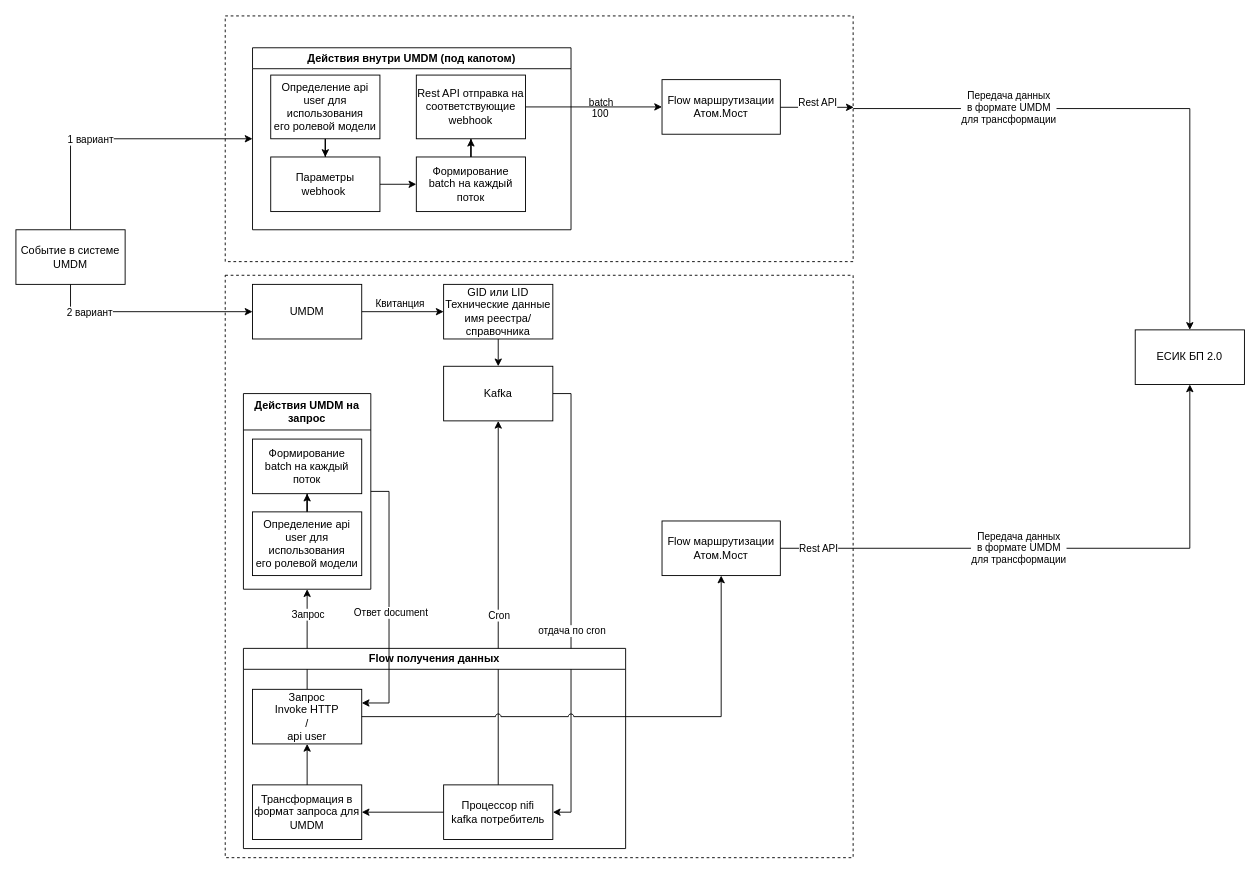
Above: Варианты отправки.drawio in Grin5/drawIo (draw.io), before the change. Source tidied: cells renumbered, new cells numbered last; positions are measured from the earlier drawing's top-left corner, leaving out a move shared by most shapes. Both pictures are drawn from the tidied source at 91%, with x=0, y=0 at pixel (15, 15).
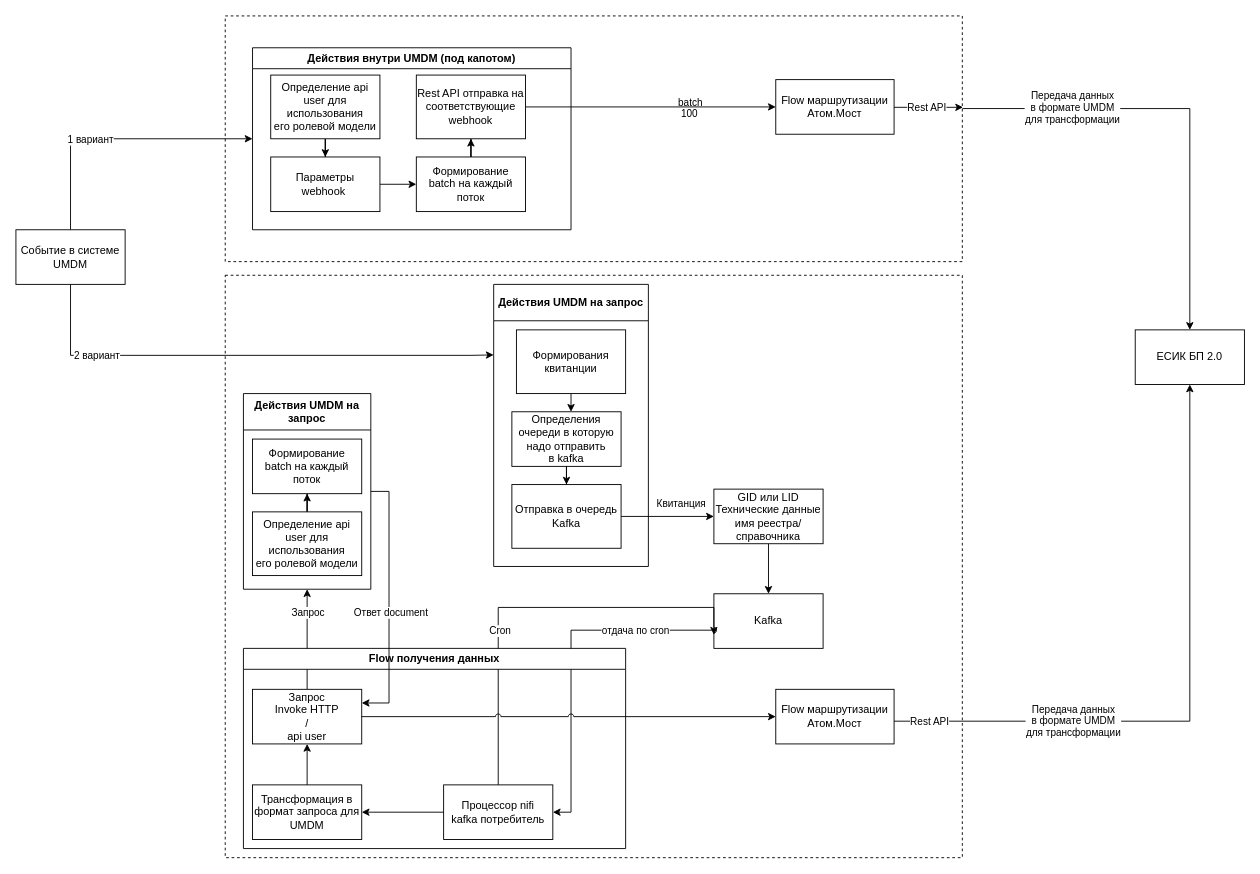
After the change.

Unchanged cells that the change refers to:
```xml
<mxCell id="7" value="Событие в системе UMDM" style="rounded=0;whiteSpace=wrap;html=1;" parent="1" vertex="1">
  <mxGeometry y="235" width="120" height="60" as="geometry" />
</mxCell>
<mxCell id="20" style="edgeStyle=orthogonalEdgeStyle;rounded=0;jettySize=auto;html=1;startArrow=none;startFill=0;entryX=0.5;entryY=1;entryDx=0;entryDy=0;exitX=0.5;exitY=0;exitDx=0;exitDy=0;" parent="1" edge="1" source="43" target="41">
  <mxGeometry relative="1" as="geometry" />
</mxCell>
<mxCell id="22" value="ЕСИК БП 2.0" style="rounded=0;whiteSpace=wrap;html=1;" parent="1" vertex="1">
  <mxGeometry x="1230" y="345" width="120" height="60" as="geometry" />
</mxCell>
<mxCell id="43" value="Запрос&lt;br&gt;Invoke HTTP&lt;br&gt;/&lt;br&gt;api user" style="rounded=0;whiteSpace=wrap;html=1;" parent="42" vertex="1">
  <mxGeometry x="10" y="45" width="120" height="60" as="geometry" />
</mxCell>
<mxCell id="44" value="Процессор nifi&lt;br&gt;kafka потребитель" style="rounded=0;whiteSpace=wrap;html=1;" parent="42" vertex="1">
  <mxGeometry x="220" y="150" width="120" height="60" as="geometry" />
</mxCell>
```

Change to the diagram source:
```diff
@@
     <mxCell id="2" style="rounded=0;whiteSpace=wrap;html=1;dashed=1;" parent="1" vertex="1">
-      <mxGeometry x="230" y="285" width="690" height="640" as="geometry" />
+      <mxGeometry x="230" y="285" width="810" height="640" as="geometry" />
     </mxCell>
@@
     <mxCell id="4" style="rounded=0;whiteSpace=wrap;html=1;dashed=1;" parent="1" vertex="1">
-      <mxGeometry x="230" width="690" height="270" as="geometry" />
+      <mxGeometry x="230" width="810" height="270" as="geometry" />
     </mxCell>
@@
     <mxCell id="8" value="Flow маршрутизации&lt;br&gt;Атом.Мост" style="rounded=0;whiteSpace=wrap;html=1;" parent="1" vertex="1">
-      <mxGeometry x="710" y="70" width="130" height="60" as="geometry" />
+      <mxGeometry x="835" y="70" width="130" height="60" as="geometry" />
     </mxCell>
-    <mxCell id="9" style="edgeStyle=orthogonalEdgeStyle;rounded=0;jettySize=auto;html=1;" parent="1" edge="1" source="11" target="15">
-      <mxGeometry relative="1" as="geometry" />
+    <mxCell id="9" style="edgeStyle=orthogonalEdgeStyle;rounded=0;jettySize=auto;html=1;exitX=1;exitY=0.5;exitDx=0;exitDy=0;" parent="1" edge="1" source="56" target="15">
+      <mxGeometry relative="1" as="geometry">
+        <Array as="points">
+          <mxPoint x="710" y="550" />
+          <mxPoint x="710" y="550" />
+        </Array>
+      </mxGeometry>
     </mxCell>
     <mxCell id="10" value="Квитанция" style="edgeLabel;html=1;align=center;verticalAlign=middle;" parent="9" vertex="1">
-      <mxGeometry x="-0.1" y="2" relative="1" as="geometry">
-        <mxPoint y="-8" as="offset" />
+      <mxGeometry x="-0.13" y="-2" relative="1" as="geometry">
+        <mxPoint x="21" y="-17" as="offset" />
       </mxGeometry>
     </mxCell>
-    <mxCell id="11" value="UMDM" style="rounded=0;whiteSpace=wrap;html=1;" parent="1" vertex="1">
-      <mxGeometry x="260" y="295" width="120" height="60" as="geometry" />
-    </mxCell>
-    <mxCell id="12" style="edgeStyle=orthogonalEdgeStyle;rounded=0;jettySize=auto;html=1;" parent="1" edge="1" source="7" target="11">
+    <mxCell id="12" style="edgeStyle=orthogonalEdgeStyle;rounded=0;jettySize=auto;html=1;entryX=0;entryY=0.25;entryDx=0;entryDy=0;" parent="1" edge="1" source="7" target="55">
       <mxGeometry relative="1" as="geometry">
         <Array as="points">
-          <mxPoint x="60" y="325" />
+          <mxPoint x="60" y="373" />
+          <mxPoint x="500" y="373" />
         </Array>
       </mxGeometry>
     </mxCell>
     <mxCell id="13" value="2 вариант" style="edgeLabel;html=1;align=center;verticalAlign=middle;" parent="12" vertex="1">
       <mxGeometry x="-0.3" relative="1" as="geometry">
-        <mxPoint x="-31" as="offset" />
+        <mxPoint x="-84" as="offset" />
       </mxGeometry>
     </mxCell>
-    <mxCell id="14" style="edgeStyle=orthogonalEdgeStyle;rounded=0;jettySize=auto;html=1;entryX=0.5;entryY=0;entryDx=0;entryDy=0;" parent="1" edge="1" source="15" target="17">
-      <mxGeometry relative="1" as="geometry">
-        <Array as="points">
-          <mxPoint x="530" y="385" />
-          <mxPoint x="530" y="385" />
-        </Array>
-      </mxGeometry>
+    <mxCell id="14" style="edgeStyle=orthogonalEdgeStyle;rounded=0;jettySize=auto;html=1;" parent="1" edge="1" source="15" target="17">
+      <mxGeometry relative="1" as="geometry" />
     </mxCell>
     <mxCell id="15" value="GID или LID&lt;br&gt;Технические данные имя реестра/справочника" style="rounded=0;whiteSpace=wrap;html=1;" parent="1" vertex="1">
-      <mxGeometry x="470" y="295" width="120" height="60" as="geometry" />
+      <mxGeometry x="767" y="520" width="120" height="60" as="geometry" />
     </mxCell>
     <mxCell id="16" style="edgeStyle=orthogonalEdgeStyle;rounded=0;jettySize=auto;html=1;entryX=1;entryY=0.5;entryDx=0;entryDy=0;" parent="1" edge="1" source="17" target="44">
       <mxGeometry relative="1" as="geometry">
         <Array as="points">
-          <mxPoint x="610" y="415" />
+          <mxPoint x="610" y="675" />
           <mxPoint x="610" y="875" />
         </Array>
       </mxGeometry>
     </mxCell>
     <mxCell id="17" value="Kafka" style="rounded=0;whiteSpace=wrap;html=1;" parent="1" vertex="1">
-      <mxGeometry x="470" y="385" width="120" height="60" as="geometry" />
+      <mxGeometry x="767" y="635" width="120" height="60" as="geometry" />
     </mxCell>
-    <mxCell id="18" style="edgeStyle=orthogonalEdgeStyle;rounded=0;jettySize=auto;html=1;entryX=0.5;entryY=1;entryDx=0;entryDy=0;exitX=0.5;exitY=0;exitDx=0;exitDy=0;" parent="1" edge="1" source="44" target="17">
-      <mxGeometry relative="1" as="geometry" />
+    <mxCell id="18" style="edgeStyle=orthogonalEdgeStyle;rounded=0;jettySize=auto;html=1;entryX=0;entryY=0.75;entryDx=0;entryDy=0;exitX=0.5;exitY=0;exitDx=0;exitDy=0;jumpStyle=arc;" parent="1" edge="1" source="44" target="17">
+      <mxGeometry relative="1" as="geometry">
+        <Array as="points">
+          <mxPoint x="530" y="650" />
+        </Array>
+      </mxGeometry>
     </mxCell>
     <mxCell id="19" value="Cron" style="edgeLabel;html=1;align=center;verticalAlign=middle;" parent="18" vertex="1">
       <mxGeometry x="-0.1" y="-1" relative="1" as="geometry">
-        <mxPoint x="-1" y="-7" as="offset" />
+        <mxPoint x="-12" y="24" as="offset" />
       </mxGeometry>
     </mxCell>
@@
     <mxCell id="21" value="Запрос" style="edgeLabel;html=1;align=center;verticalAlign=middle;" parent="20" vertex="1">
-      <mxGeometry x="0.51" relative="1" as="geometry" />
+      <mxGeometry x="0.51" relative="1" as="geometry">
+        <mxPoint y="-2" as="offset" />
+      </mxGeometry>
     </mxCell>
@@
     <mxCell id="23" value="Flow маршрутизации&lt;br&gt;Атом.Мост" style="rounded=0;whiteSpace=wrap;html=1;" parent="1" vertex="1">
-      <mxGeometry x="710" y="555" width="130" height="60" as="geometry" />
+      <mxGeometry x="835" y="740" width="130" height="60" as="geometry" />
     </mxCell>
@@
     <mxCell id="32" value="batch" style="edgeLabel;html=1;align=center;verticalAlign=middle;" parent="1" vertex="1">
-      <mxGeometry x="642.1" y="95" as="geometry" />
+      <mxGeometry x="740" y="95" as="geometry" />
     </mxCell>
     <mxCell id="33" value="100" style="edgeLabel;html=1;align=center;verticalAlign=middle;" parent="1" vertex="1">
-      <mxGeometry x="648.1" y="119" as="geometry">
+      <mxGeometry x="746" y="119" as="geometry">
         <mxPoint x="-7" y="-12" as="offset" />
       </mxGeometry>
     </mxCell>
@@
     <mxCell id="35" value="Передача данных&lt;br&gt;в формате UMDM&lt;br&gt;для трансформации" style="edgeLabel;html=1;align=center;verticalAlign=middle;" parent="1" vertex="1">
-      <mxGeometry x="1090" y="100" as="geometry" />
+      <mxGeometry x="1160" y="100" as="geometry" />
     </mxCell>
@@
     <mxCell id="37" style="edgeStyle=orthogonalEdgeStyle;rounded=0;jettySize=auto;html=1;entryX=0.5;entryY=1;entryDx=0;entryDy=0;" parent="1" edge="1" source="23" target="22">
       <mxGeometry relative="1" as="geometry">
         <Array as="points">
-          <mxPoint x="1290" y="585" />
+          <mxPoint x="1290" y="775" />
         </Array>
       </mxGeometry>
     </mxCell>
     <mxCell id="38" value="Rest API" style="edgeLabel;html=1;align=center;verticalAlign=middle;" parent="37" vertex="1">
       <mxGeometry x="-0.15" y="2" relative="1" as="geometry">
-        <mxPoint x="-227" y="2" as="offset" />
+        <mxPoint x="-257" y="2" as="offset" />
       </mxGeometry>
     </mxCell>
     <mxCell id="39" value="Передача данных&lt;br&gt;в формате UMDM&lt;br&gt;для трансформации" style="edgeLabel;html=1;align=center;verticalAlign=middle;" parent="37" vertex="1">
       <mxGeometry x="-0.11" y="1" relative="1" as="geometry">
-        <mxPoint x="-19" as="offset" />
+        <mxPoint x="-113" as="offset" />
       </mxGeometry>
     </mxCell>
     <mxCell id="40" value="Rest API" style="edgeLabel;html=1;align=center;verticalAlign=middle;" parent="1" vertex="1">
-      <mxGeometry x="880" y="95" as="geometry" />
+      <mxGeometry x="1000" y="100" as="geometry" />
     </mxCell>
@@
     <mxCell id="53" value="отдача по cron" style="edgeLabel;html=1;align=center;verticalAlign=middle;" parent="1" vertex="1">
-      <mxGeometry x="610" y="675" as="geometry" />
+      <mxGeometry x="680" y="675" as="geometry" />
     </mxCell>
-    <mxCell id="54" style="edgeStyle=orthogonalEdgeStyle;rounded=0;jettySize=auto;html=1;endArrow=classic;endFill=1;jumpStyle=arc;entryX=0.5;entryY=1;entryDx=0;entryDy=0;" parent="1" edge="1" source="43" target="23">
+    <mxCell id="54" style="edgeStyle=orthogonalEdgeStyle;rounded=0;jettySize=auto;html=1;endArrow=classic;endFill=1;jumpStyle=arc;entryX=0;entryY=0.5;entryDx=0;entryDy=0;" parent="1" edge="1" source="43" target="23">
       <mxGeometry relative="1" as="geometry" />
     </mxCell>
+    <mxCell id="55" value="Действия UMDM на запрос" style="swimlane;whiteSpace=wrap;html=1;startSize=40;" parent="1" vertex="1">
+      <mxGeometry x="525" y="295" width="170" height="310" as="geometry" />
+    </mxCell>
+    <mxCell id="56" value="Отправка в очередь&lt;br&gt;Kafka" style="rounded=0;whiteSpace=wrap;html=1;" parent="55" vertex="1">
+      <mxGeometry x="20" y="220" width="120" height="70" as="geometry" />
+    </mxCell>
+    <mxCell id="57" value="Определения&lt;br&gt;очереди в&amp;nbsp;которую надо отправить&lt;br&gt;в kafka" style="rounded=0;whiteSpace=wrap;html=1;" parent="55" vertex="1">
+      <mxGeometry x="20" y="140" width="120" height="60" as="geometry" />
+    </mxCell>
+    <mxCell id="58" style="edgeStyle=orthogonalEdgeStyle;rounded=0;jettySize=auto;html=1;" parent="55" edge="1" source="57" target="56">
+      <mxGeometry relative="1" as="geometry" />
+    </mxCell>
+    <mxCell id="59" style="edgeStyle=orthogonalEdgeStyle;rounded=0;jettySize=auto;html=1;" parent="1" edge="1" source="60">
+      <mxGeometry relative="1" as="geometry">
+        <mxPoint x="610" y="435" as="targetPoint" />
+      </mxGeometry>
+    </mxCell>
+    <mxCell id="60" value="Формирования квитанции" style="rounded=0;whiteSpace=wrap;html=1;" parent="1" vertex="1">
+      <mxGeometry x="550" y="345" width="120" height="70" as="geometry" />
+    </mxCell>
```
